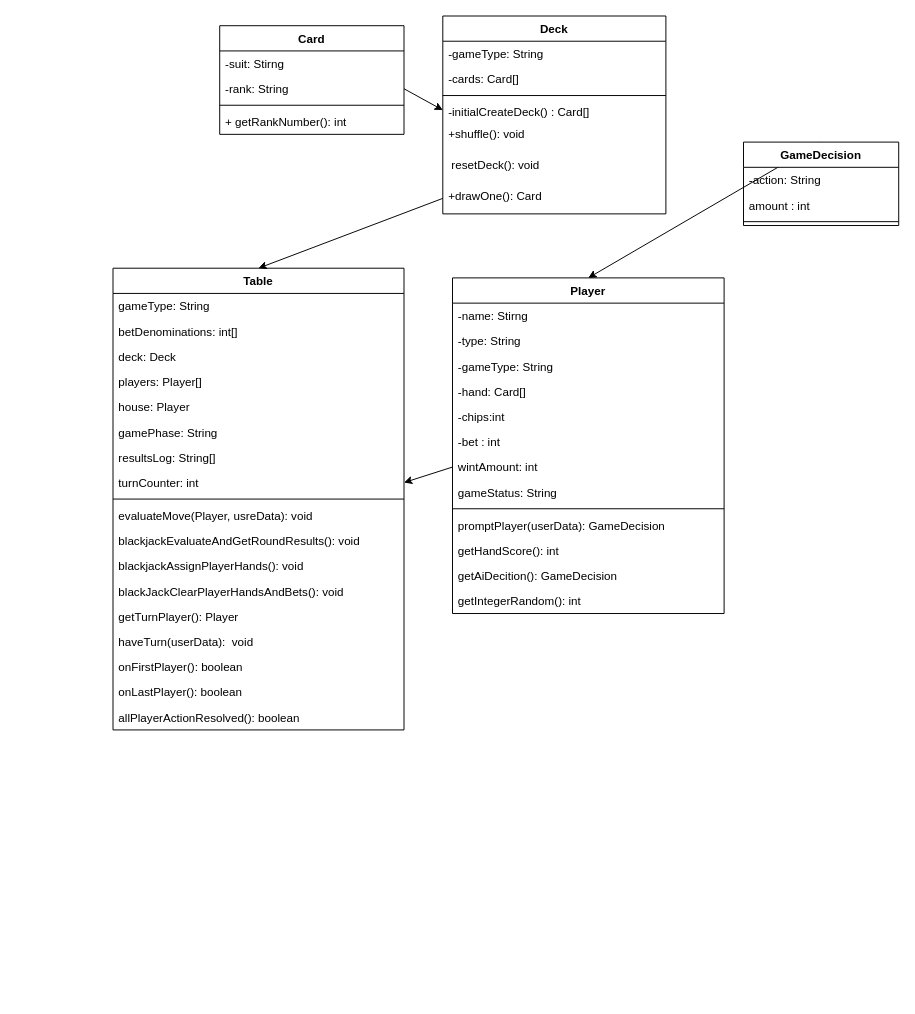
fumi7649/Black-Jack keeps this draw.io diagram as UML.drawio. Above is the earlier version. Source tidied: cells renumbered, new cells numbered last; positions are measured from the earlier drawing's top-left corner, leaving out a move shared by most shapes. Both pictures are drawn from the tidied source at 97%, with x=0, y=0 at pixel (113, 16).
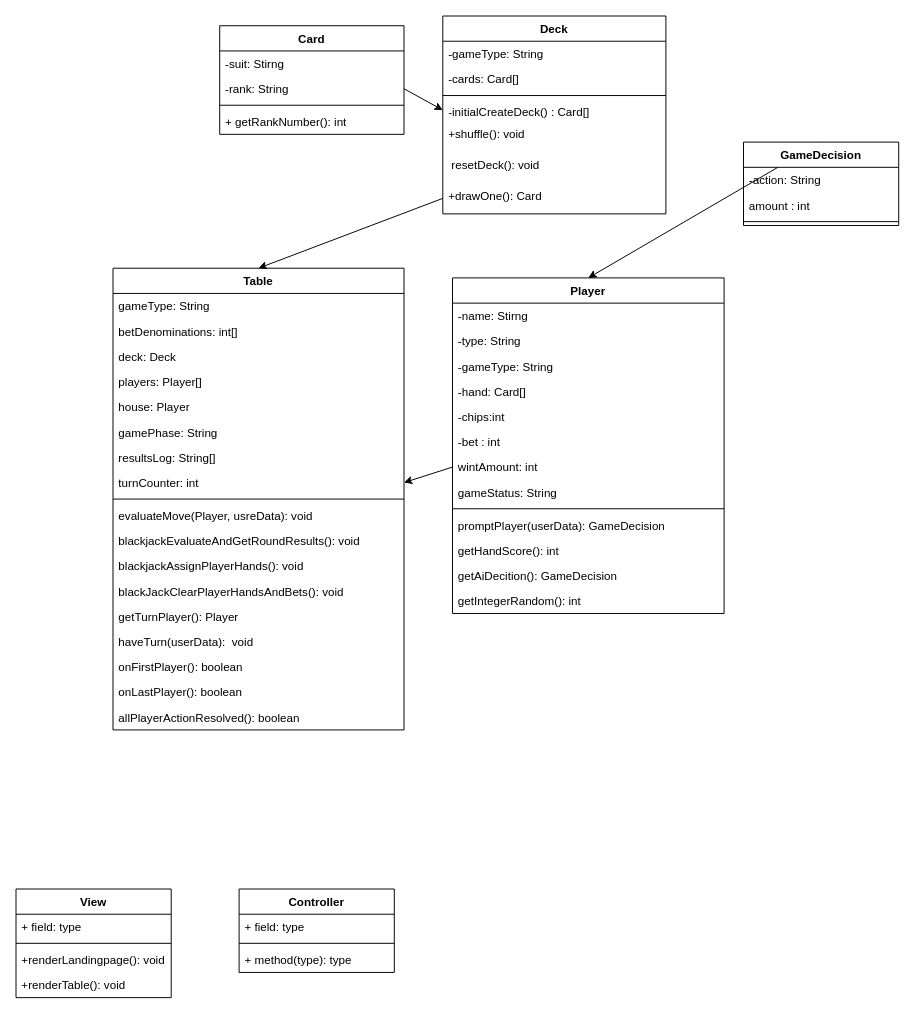
After the change.

The edit, as a diff of the source:
```diff
@@
+    <mxCell id="56" value="View" style="swimlane;fontStyle=1;align=center;verticalAlign=top;horizontal=1;startSize=26;" parent="1" vertex="1">
+      <mxGeometry x="-100" y="900" width="160" height="112" as="geometry" />
+    </mxCell>
+    <mxCell id="57" value="+ field: type" style="text;strokeColor=none;fillColor=none;align=left;verticalAlign=top;spacingLeft=4;spacingRight=4;overflow=hidden;" parent="56" vertex="1">
+      <mxGeometry y="26" width="160" height="26" as="geometry" />
+    </mxCell>
+    <mxCell id="58" style="line;strokeWidth=1;fillColor=none;align=left;verticalAlign=middle;spacingTop=-1;spacingLeft=3;spacingRight=3;labelPosition=right;" parent="56" vertex="1">
+      <mxGeometry y="52" width="160" height="8" as="geometry" />
+    </mxCell>
+    <mxCell id="59" value="+renderLandingpage(): void" style="text;strokeColor=none;fillColor=none;align=left;verticalAlign=top;spacingLeft=4;spacingRight=4;overflow=hidden;" parent="56" vertex="1">
+      <mxGeometry y="60" width="160" height="26" as="geometry" />
+    </mxCell>
+    <mxCell id="60" value="+renderTable(): void" style="text;strokeColor=none;fillColor=none;align=left;verticalAlign=top;spacingLeft=4;spacingRight=4;overflow=hidden;" parent="56" vertex="1">
+      <mxGeometry y="86" width="160" height="26" as="geometry" />
+    </mxCell>
+    <mxCell id="61" value="Controller" style="swimlane;fontStyle=1;align=center;verticalAlign=top;horizontal=1;startSize=26;" parent="1" vertex="1">
+      <mxGeometry x="130" y="900" width="160" height="86" as="geometry" />
+    </mxCell>
+    <mxCell id="62" value="+ field: type" style="text;strokeColor=none;fillColor=none;align=left;verticalAlign=top;spacingLeft=4;spacingRight=4;overflow=hidden;" parent="61" vertex="1">
+      <mxGeometry y="26" width="160" height="26" as="geometry" />
+    </mxCell>
+    <mxCell id="63" style="line;strokeWidth=1;fillColor=none;align=left;verticalAlign=middle;spacingTop=-1;spacingLeft=3;spacingRight=3;labelPosition=right;" parent="61" vertex="1">
+      <mxGeometry y="52" width="160" height="8" as="geometry" />
+    </mxCell>
+    <mxCell id="64" value="+ method(type): type" style="text;strokeColor=none;fillColor=none;align=left;verticalAlign=top;spacingLeft=4;spacingRight=4;overflow=hidden;" parent="61" vertex="1">
+      <mxGeometry y="60" width="160" height="26" as="geometry" />
+    </mxCell>
```
